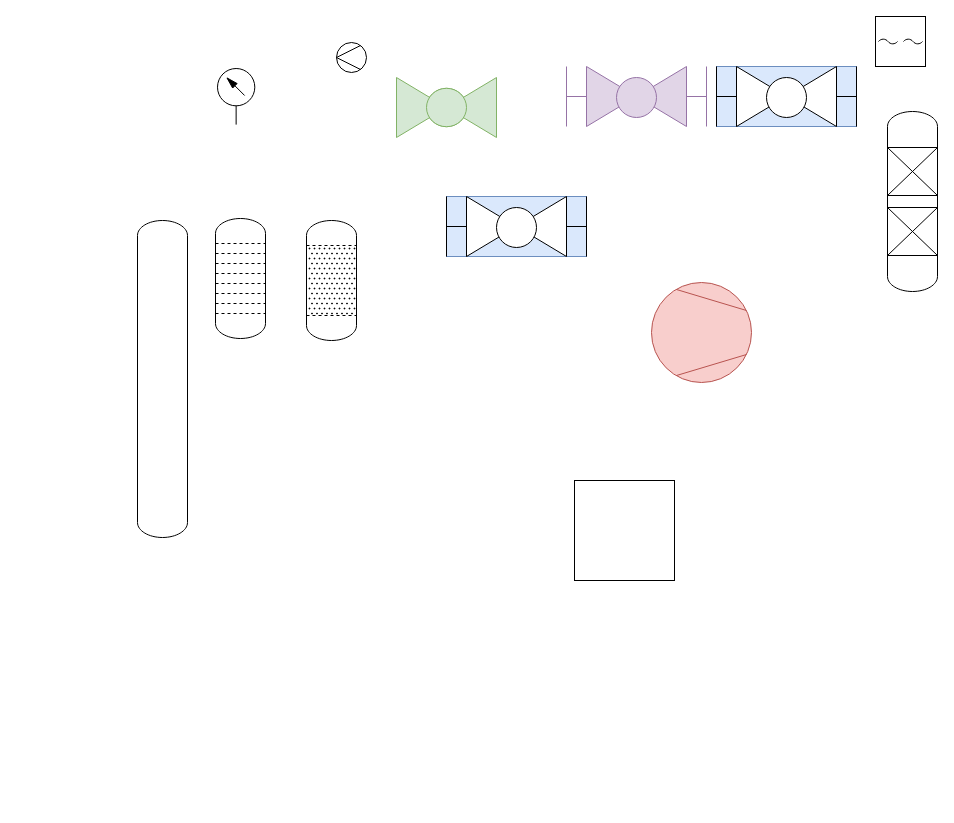
The draw.io diagram Test.drawio in 100prznt/PoolDrawIoLib, before the edit. Source tidied: cells renumbered, new cells numbered last; positions are measured from the earlier drawing's top-left corner, leaving out a move shared by most shapes. Both pictures are drawn from the tidied source at 100%, with x=0, y=0 at pixel (137, 16).
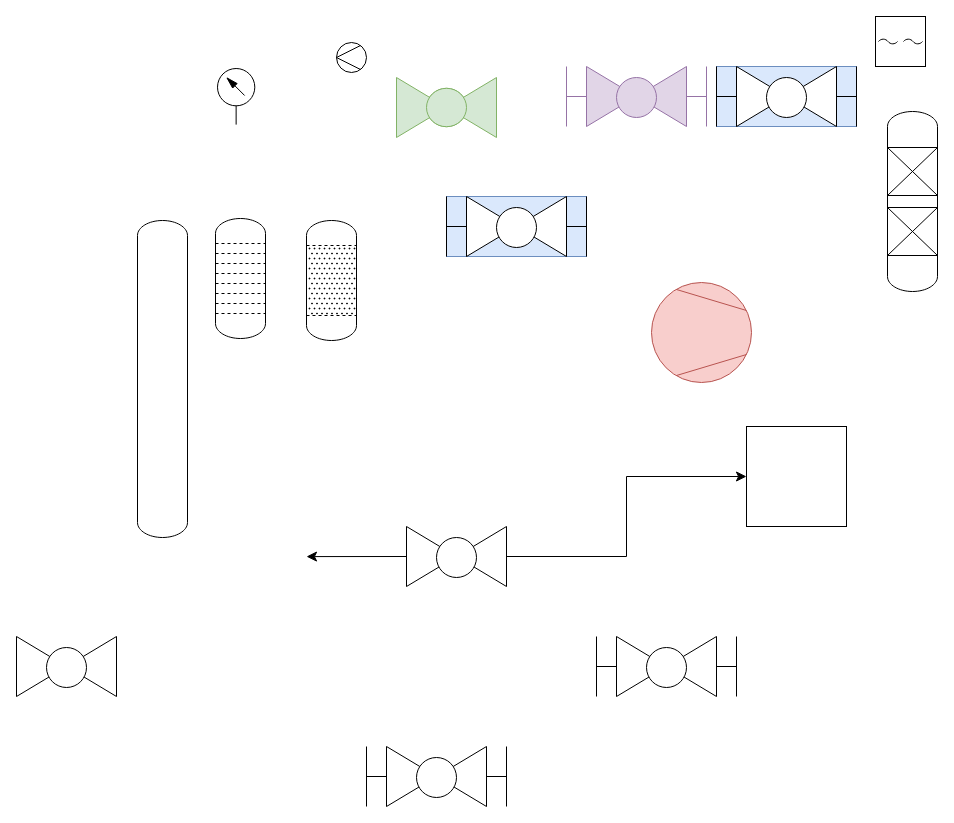
The same diagram, later.

What changed in the source:
```diff
@@
     <mxCell id="11" style="rounded=0;whiteSpace=wrap;html=1;fontFamily=Helvetica;fontSize=12;fontColor=default;labelBackgroundColor=default;" parent="1" vertex="1">
-      <mxGeometry x="437" y="464" width="100" height="100" as="geometry" />
+      <mxGeometry x="609" y="410" width="100" height="100" as="geometry" />
     </mxCell>
@@
+    <mxCell id="36" style="group;fontFamily=Helvetica;fontSize=12;fontColor=default;labelBackgroundColor=default;rounded=0;arcSize=37;glass=0;shadow=0;" parent="1" vertex="1">
+      <mxGeometry x="269" y="510" width="100" height="60" as="geometry" />
+    </mxCell>
+    <mxCell id="37" style="edgeStyle=none;shape=connector;curved=0;rounded=0;jettySize=auto;html=1;exitX=0;exitY=0.5;exitDx=0;exitDy=0;strokeColor=default;align=center;verticalAlign=middle;fontFamily=Helvetica;fontSize=12;fontColor=default;labelBackgroundColor=default;startSize=8;endArrow=classic;endSize=8;" parent="36" edge="1" source="38">
+      <mxGeometry relative="1" as="geometry">
+        <mxPoint x="-100" y="30.1" as="targetPoint" />
+      </mxGeometry>
+    </mxCell>
+    <mxCell id="38" style="triangle;whiteSpace=wrap;html=1;fontFamily=Helvetica;fontSize=12;labelBackgroundColor=default;fontColor=default;" parent="36" vertex="1">
+      <mxGeometry width="50" height="60" as="geometry" />
+    </mxCell>
+    <mxCell id="39" style="triangle;whiteSpace=wrap;html=1;fontFamily=Helvetica;fontSize=12;labelBackgroundColor=default;rotation=-180;fontColor=default;" parent="36" vertex="1">
+      <mxGeometry x="50" width="50" height="60" as="geometry" />
+    </mxCell>
+    <mxCell id="40" style="ellipse;whiteSpace=wrap;html=1;fontFamily=Helvetica;fontSize=12;labelBackgroundColor=default;fontColor=default;" parent="36" vertex="1">
+      <mxGeometry x="30" y="11" width="40" height="40" as="geometry" />
+    </mxCell>
+    <mxCell id="41" style="edgeStyle=orthogonalEdgeStyle;shape=connector;rounded=0;jettySize=auto;html=1;exitX=0;exitY=0.5;exitDx=0;exitDy=0;strokeColor=default;align=center;verticalAlign=middle;fontFamily=Helvetica;fontSize=12;fontColor=default;labelBackgroundColor=default;startSize=8;endArrow=classic;endSize=8;entryX=0;entryY=0.5;entryDx=0;entryDy=0;" parent="1" edge="1" source="39" target="11">
+      <mxGeometry relative="1" as="geometry" />
+    </mxCell>
+    <mxCell id="42" style="group;fontFamily=Helvetica;fontSize=12;fontColor=default;labelBackgroundColor=default;" parent="1" vertex="1">
+      <mxGeometry x="229" y="730" width="140" height="60" as="geometry" />
+    </mxCell>
+    <mxCell id="43" style="endArrow=none;html=1;rounded=0;strokeColor=default;align=center;verticalAlign=middle;fontFamily=Helvetica;fontSize=12;fontColor=default;labelBackgroundColor=default;edgeStyle=none;startSize=8;endSize=8;curved=0;" parent="42" edge="1">
+      <mxGeometry relative="1" as="geometry">
+        <mxPoint y="60" as="sourcePoint" />
+        <mxPoint as="targetPoint" />
+      </mxGeometry>
+    </mxCell>
+    <mxCell id="44" style="triangle;whiteSpace=wrap;html=1;fontFamily=Helvetica;fontSize=12;labelBackgroundColor=default;fontColor=default;" parent="42" vertex="1">
+      <mxGeometry x="20" width="50" height="60" as="geometry" />
+    </mxCell>
+    <mxCell id="45" style="triangle;whiteSpace=wrap;html=1;fontFamily=Helvetica;fontSize=12;labelBackgroundColor=default;rotation=-180;fontColor=default;" parent="42" vertex="1">
+      <mxGeometry x="70" width="50" height="60" as="geometry" />
+    </mxCell>
+    <mxCell id="46" style="ellipse;whiteSpace=wrap;html=1;fontFamily=Helvetica;fontSize=12;labelBackgroundColor=default;fontColor=default;" parent="42" vertex="1">
+      <mxGeometry x="50" y="11" width="40" height="40" as="geometry" />
+    </mxCell>
+    <mxCell id="47" style="endArrow=none;html=1;rounded=0;strokeColor=default;align=center;verticalAlign=middle;fontFamily=Helvetica;fontSize=12;fontColor=default;labelBackgroundColor=default;edgeStyle=none;startSize=8;endSize=8;curved=0;" parent="42" edge="1">
+      <mxGeometry relative="1" as="geometry">
+        <mxPoint x="140" y="60" as="sourcePoint" />
+        <mxPoint x="140" as="targetPoint" />
+      </mxGeometry>
+    </mxCell>
+    <mxCell id="48" style="endArrow=none;html=1;rounded=0;strokeColor=default;align=center;verticalAlign=middle;fontFamily=Helvetica;fontSize=12;fontColor=default;labelBackgroundColor=default;edgeStyle=none;startSize=8;endSize=8;curved=0;entryX=0;entryY=0.5;entryDx=0;entryDy=0;" parent="42" edge="1" target="44">
+      <mxGeometry relative="1" as="geometry">
+        <mxPoint y="30" as="sourcePoint" />
+      </mxGeometry>
+    </mxCell>
+    <mxCell id="49" style="endArrow=none;html=1;rounded=0;strokeColor=default;align=center;verticalAlign=middle;fontFamily=Helvetica;fontSize=12;fontColor=default;labelBackgroundColor=default;edgeStyle=none;startSize=8;endSize=8;curved=0;exitX=0;exitY=0.5;exitDx=0;exitDy=0;" parent="42" edge="1" source="45">
+      <mxGeometry relative="1" as="geometry">
+        <mxPoint x="140" y="30" as="targetPoint" />
+      </mxGeometry>
+    </mxCell>
+    <mxCell id="50" style="group;fontFamily=Helvetica;fontSize=12;fontColor=default;labelBackgroundColor=default;" parent="1" vertex="1">
+      <mxGeometry x="459" y="620" width="140" height="60" as="geometry" />
+    </mxCell>
+    <mxCell id="51" style="endArrow=none;html=1;rounded=0;strokeColor=default;align=center;verticalAlign=middle;fontFamily=Helvetica;fontSize=12;fontColor=default;labelBackgroundColor=default;edgeStyle=none;startSize=8;endSize=8;curved=0;" parent="50" edge="1">
+      <mxGeometry relative="1" as="geometry">
+        <mxPoint y="60" as="sourcePoint" />
+        <mxPoint as="targetPoint" />
+      </mxGeometry>
+    </mxCell>
+    <mxCell id="52" style="triangle;whiteSpace=wrap;html=1;fontFamily=Helvetica;fontSize=12;labelBackgroundColor=default;fontColor=default;" parent="50" vertex="1">
+      <mxGeometry x="20" width="50" height="60" as="geometry" />
+    </mxCell>
+    <mxCell id="53" style="triangle;whiteSpace=wrap;html=1;fontFamily=Helvetica;fontSize=12;labelBackgroundColor=default;rotation=-180;fontColor=default;" parent="50" vertex="1">
+      <mxGeometry x="70" width="50" height="60" as="geometry" />
+    </mxCell>
+    <mxCell id="54" style="ellipse;whiteSpace=wrap;html=1;fontFamily=Helvetica;fontSize=12;labelBackgroundColor=default;fontColor=default;" parent="50" vertex="1">
+      <mxGeometry x="50" y="11" width="40" height="40" as="geometry" />
+    </mxCell>
+    <mxCell id="55" style="endArrow=none;html=1;rounded=0;strokeColor=default;align=center;verticalAlign=middle;fontFamily=Helvetica;fontSize=12;fontColor=default;labelBackgroundColor=default;edgeStyle=none;startSize=8;endSize=8;curved=0;" parent="50" edge="1">
+      <mxGeometry relative="1" as="geometry">
+        <mxPoint x="140" y="60" as="sourcePoint" />
+        <mxPoint x="140" as="targetPoint" />
+      </mxGeometry>
+    </mxCell>
+    <mxCell id="56" style="endArrow=none;html=1;rounded=0;strokeColor=default;align=center;verticalAlign=middle;fontFamily=Helvetica;fontSize=12;fontColor=default;labelBackgroundColor=default;edgeStyle=none;startSize=8;endSize=8;curved=0;entryX=0;entryY=0.5;entryDx=0;entryDy=0;" parent="50" edge="1" target="52">
+      <mxGeometry relative="1" as="geometry">
+        <mxPoint y="30" as="sourcePoint" />
+      </mxGeometry>
+    </mxCell>
+    <mxCell id="57" style="endArrow=none;html=1;rounded=0;strokeColor=default;align=center;verticalAlign=middle;fontFamily=Helvetica;fontSize=12;fontColor=default;labelBackgroundColor=default;edgeStyle=none;startSize=8;endSize=8;curved=0;exitX=0;exitY=0.5;exitDx=0;exitDy=0;" parent="50" edge="1" source="53">
+      <mxGeometry relative="1" as="geometry">
+        <mxPoint x="140" y="30" as="targetPoint" />
+      </mxGeometry>
+    </mxCell>
+    <mxCell id="58" style="group;fontFamily=Helvetica;fontSize=12;fontColor=default;labelBackgroundColor=default;" parent="1" vertex="1">
+      <mxGeometry x="-121" y="620" width="100" height="60" as="geometry" />
+    </mxCell>
+    <mxCell id="59" style="triangle;whiteSpace=wrap;html=1;fontFamily=Helvetica;fontSize=12;labelBackgroundColor=default;fontColor=default;" parent="58" vertex="1">
+      <mxGeometry width="50" height="60" as="geometry" />
+    </mxCell>
+    <mxCell id="60" style="triangle;whiteSpace=wrap;html=1;fontFamily=Helvetica;fontSize=12;labelBackgroundColor=default;rotation=-180;fontColor=default;" parent="58" vertex="1">
+      <mxGeometry x="50" width="50" height="60" as="geometry" />
+    </mxCell>
+    <mxCell id="61" style="ellipse;whiteSpace=wrap;html=1;fontFamily=Helvetica;fontSize=12;labelBackgroundColor=default;fontColor=default;" parent="58" vertex="1">
+      <mxGeometry x="30" y="11" width="40" height="40" as="geometry" />
+    </mxCell>
```
